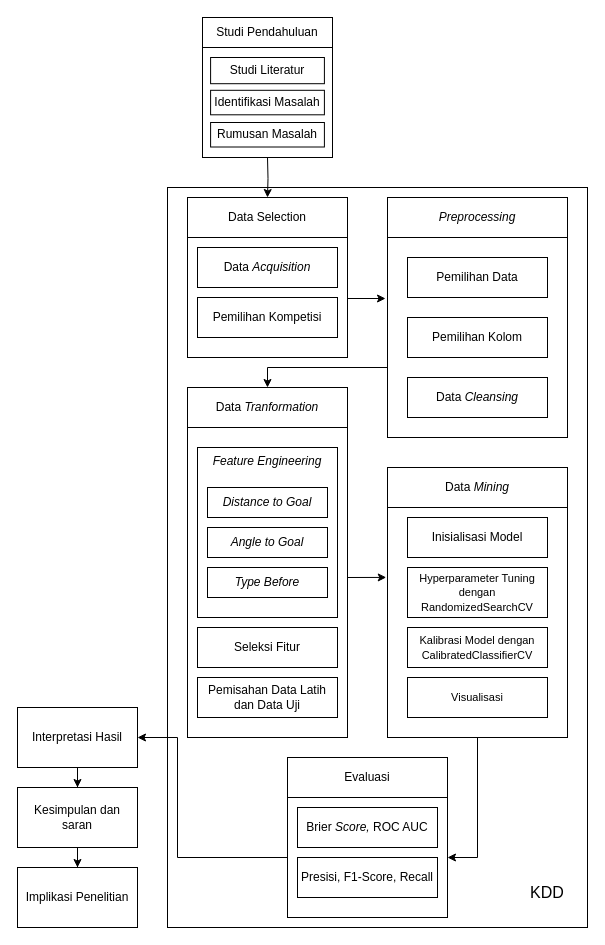
Above: diagrams/Tahapan Penelitian.drawio in fadhilra101/skripsi (draw.io), before the change. Source tidied: cells renumbered, new cells numbered last; positions are measured from the earlier drawing's top-left corner, leaving out a move shared by most shapes. Both pictures are drawn from the tidied source at 100%, with x=0, y=0 at pixel (17, 17).
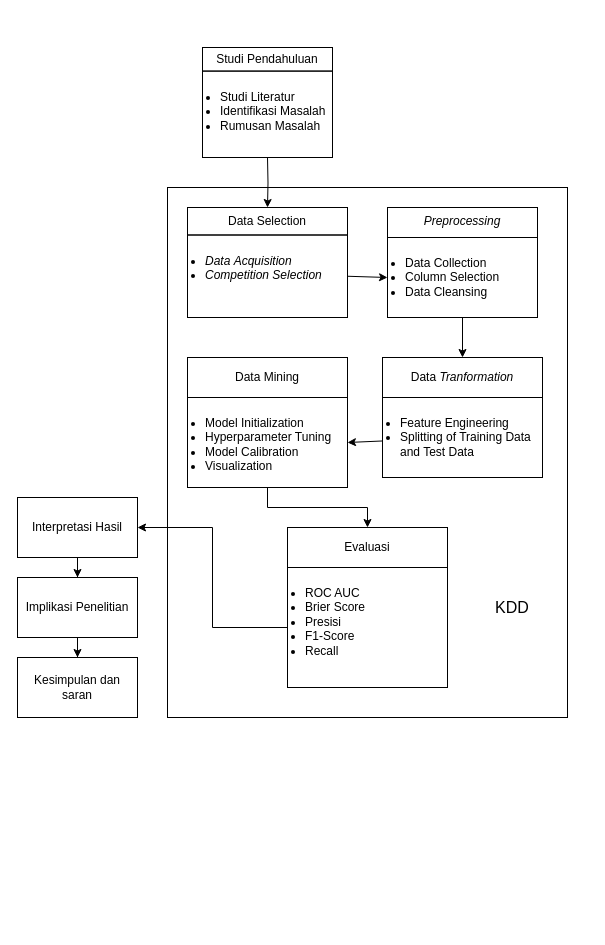
The same diagram, later.

What changed in the source:
```diff
@@
     <mxCell id="2" style="rounded=0;whiteSpace=wrap;html=1;fillColor=none;" parent="1" vertex="1">
-      <mxGeometry x="150" y="170" width="420" height="740" as="geometry" />
+      <mxGeometry x="150" y="170" width="400" height="530" as="geometry" />
     </mxCell>
-    <mxCell id="3" style="rounded=0;whiteSpace=wrap;html=1;fillColor=none;" parent="1" vertex="1">
-      <mxGeometry x="170" y="410" width="160" height="310" as="geometry" />
-    </mxCell>
@@
-    <mxCell id="5" value="Data&amp;nbsp;&lt;i&gt;Tranformation&lt;/i&gt;" style="rounded=0;whiteSpace=wrap;html=1;fillColor=none;" parent="1" vertex="1">
-      <mxGeometry x="170" y="370" width="160" height="40" as="geometry" />
-    </mxCell>
-    <mxCell id="6" value="&lt;i&gt;Feature Engineering&lt;/i&gt;" style="rounded=0;whiteSpace=wrap;html=1;fillColor=none;labelPosition=center;verticalLabelPosition=middle;align=center;verticalAlign=top;" parent="1" vertex="1">
-      <mxGeometry x="180" y="430" width="140" height="170" as="geometry" />
-    </mxCell>
-    <mxCell id="7" value="Seleksi Fitur" style="rounded=0;whiteSpace=wrap;html=1;fillColor=none;" parent="1" vertex="1">
-      <mxGeometry x="180" y="610" width="140" height="40" as="geometry" />
-    </mxCell>
-    <mxCell id="8" value="Pemisahan Data Latih dan Data Uji" style="rounded=0;whiteSpace=wrap;html=1;fillColor=none;" parent="1" vertex="1">
-      <mxGeometry x="180" y="660" width="140" height="40" as="geometry" />
-    </mxCell>
-    <mxCell id="9" style="edgeStyle=orthogonalEdgeStyle;rounded=0;jettySize=auto;html=1;exitX=0;exitY=0.5;exitDx=0;exitDy=0;entryX=0.5;entryY=0;entryDx=0;entryDy=0;" parent="1" edge="1" source="32" target="5">
-      <mxGeometry relative="1" as="geometry">
-        <Array as="points">
-          <mxPoint x="370" y="350" />
-          <mxPoint x="250" y="350" />
-        </Array>
-      </mxGeometry>
-    </mxCell>
-    <mxCell id="10" value="Data &lt;i&gt;Mining&lt;/i&gt;" style="rounded=0;whiteSpace=wrap;html=1;fillColor=none;" parent="1" vertex="1">
-      <mxGeometry x="370" y="450" width="180" height="40" as="geometry" />
-    </mxCell>
-    <mxCell id="11" style="rounded=0;whiteSpace=wrap;html=1;fillColor=none;" parent="1" vertex="1">
-      <mxGeometry x="370" y="490" width="180" height="230" as="geometry" />
-    </mxCell>
-    <mxCell id="12" value="Inisialisasi Model" style="rounded=0;whiteSpace=wrap;html=1;fillColor=none;" parent="1" vertex="1">
-      <mxGeometry x="390" y="500" width="140" height="40" as="geometry" />
-    </mxCell>
-    <mxCell id="13" value="&lt;font style=&quot;font-size: 11px;&quot;&gt;Hyperparameter Tuning dengan RandomizedSearchCV&lt;/font&gt;" style="rounded=0;whiteSpace=wrap;html=1;fillColor=none;" parent="1" vertex="1">
-      <mxGeometry x="390" y="550" width="140" height="50" as="geometry" />
-    </mxCell>
-    <mxCell id="14" value="&lt;font style=&quot;font-size: 11px;&quot;&gt;Kalibrasi Model dengan CalibratedClassifierCV&lt;/font&gt;" style="rounded=0;whiteSpace=wrap;html=1;fillColor=none;" parent="1" vertex="1">
-      <mxGeometry x="390" y="610" width="140" height="40" as="geometry" />
-    </mxCell>
-    <mxCell id="15" value="&lt;font style=&quot;font-size: 11px;&quot;&gt;Visualisasi&lt;/font&gt;" style="rounded=0;whiteSpace=wrap;html=1;fillColor=none;" parent="1" vertex="1">
-      <mxGeometry x="390" y="660" width="140" height="40" as="geometry" />
-    </mxCell>
     <mxCell id="16" value="Evaluasi" style="rounded=0;whiteSpace=wrap;html=1;fillColor=none;" parent="1" vertex="1">
-      <mxGeometry x="270" y="740" width="160" height="40" as="geometry" />
+      <mxGeometry x="270" y="510" width="160" height="40" as="geometry" />
     </mxCell>
-    <mxCell id="17" style="edgeStyle=orthogonalEdgeStyle;rounded=0;jettySize=auto;html=1;exitX=0;exitY=0.5;exitDx=0;exitDy=0;entryX=1;entryY=0.5;entryDx=0;entryDy=0;" parent="1" edge="1" source="18" target="28">
-      <mxGeometry relative="1" as="geometry">
-        <Array as="points">
-          <mxPoint x="160" y="840" />
-          <mxPoint x="160" y="720" />
-        </Array>
-      </mxGeometry>
+    <mxCell id="17" style="edgeStyle=orthogonalEdgeStyle;rounded=0;jettySize=auto;html=1;entryX=1;entryY=0.5;entryDx=0;entryDy=0;" parent="1" edge="1" source="18" target="28">
+      <mxGeometry relative="1" as="geometry" />
     </mxCell>
-    <mxCell id="18" style="rounded=0;whiteSpace=wrap;html=1;fillColor=none;" parent="1" vertex="1">
-      <mxGeometry x="270" y="780" width="160" height="120" as="geometry" />
+    <mxCell id="18" value="&lt;ul style=&quot;padding-left: 16px;&quot;&gt;&lt;li&gt;ROC AUC&lt;/li&gt;&lt;li&gt;Brier Score&lt;/li&gt;&lt;li&gt;&lt;span style=&quot;text-align: center;&quot;&gt;Presisi&lt;/span&gt;&lt;/li&gt;&lt;li&gt;&lt;span style=&quot;text-align: center;&quot;&gt;F1-Score&lt;/span&gt;&lt;/li&gt;&lt;li&gt;&lt;span style=&quot;text-align: center;&quot;&gt;Recall&lt;/span&gt;&lt;/li&gt;&lt;/ul&gt;" style="rounded=0;whiteSpace=wrap;html=1;fillColor=none;align=left;verticalAlign=top;" parent="1" vertex="1">
+      <mxGeometry x="270" y="550" width="160" height="120" as="geometry" />
     </mxCell>
-    <mxCell id="19" value="Presisi, F1-Score, Recall" style="rounded=0;whiteSpace=wrap;html=1;fillColor=none;" parent="1" vertex="1">
-      <mxGeometry x="280" y="840" width="140" height="40" as="geometry" />
-    </mxCell>
-    <mxCell id="20" value="Brier &lt;i&gt;Score,&amp;nbsp;&lt;/i&gt;ROC AUC" style="rounded=0;whiteSpace=wrap;html=1;fillColor=none;" parent="1" vertex="1">
-      <mxGeometry x="280" y="790" width="140" height="40" as="geometry" />
-    </mxCell>
-    <mxCell id="21" style="edgeStyle=orthogonalEdgeStyle;rounded=0;jettySize=auto;html=1;exitX=0.5;exitY=1;exitDx=0;exitDy=0;entryX=1;entryY=0.5;entryDx=0;entryDy=0;" parent="1" edge="1" source="11" target="18">
-      <mxGeometry relative="1" as="geometry">
-        <Array as="points">
-          <mxPoint x="460" y="840" />
-        </Array>
-      </mxGeometry>
-    </mxCell>
-    <mxCell id="22" style="group;" parent="1" vertex="1">
-      <mxGeometry x="170" y="180" width="160" height="160" as="geometry" />
+    <mxCell id="22" style="group;verticalAlign=top;" parent="1" vertex="1">
+      <mxGeometry x="170" y="190" width="160" height="110" as="geometry" />
     </mxCell>
     <mxCell id="23" value="Data Selection" style="rounded=0;whiteSpace=wrap;html=1;fillColor=none;" parent="22" vertex="1">
-      <mxGeometry width="160" height="40" as="geometry" />
+      <mxGeometry width="160" height="27.5" as="geometry" />
     </mxCell>
-    <mxCell id="24" style="rounded=0;whiteSpace=wrap;html=1;fillColor=none;" parent="22" vertex="1">
-      <mxGeometry y="40" width="160" height="120" as="geometry" />
+    <mxCell id="24" value="&lt;ul style=&quot;padding-left: 16px;&quot;&gt;&lt;li&gt;&lt;i style=&quot;background-color: transparent; color: light-dark(rgb(0, 0, 0), rgb(255, 255, 255));&quot;&gt;Data&amp;nbsp;Acquisition&lt;/i&gt;&lt;/li&gt;&lt;li&gt;&lt;i style=&quot;background-color: transparent; color: light-dark(rgb(0, 0, 0), rgb(255, 255, 255));&quot;&gt;Competition Selection&lt;/i&gt;&lt;/li&gt;&lt;/ul&gt;" style="rounded=0;whiteSpace=wrap;html=1;fillColor=none;align=left;verticalAlign=top;" parent="22" vertex="1">
+      <mxGeometry y="27.5" width="160" height="82.5" as="geometry" />
     </mxCell>
-    <mxCell id="25" value="Data&amp;nbsp;&lt;i&gt;Acquisition&lt;/i&gt;" style="rounded=0;whiteSpace=wrap;html=1;fillColor=none;" parent="22" vertex="1">
-      <mxGeometry x="10" y="50" width="140" height="40" as="geometry" />
-    </mxCell>
-    <mxCell id="26" value="Pemilihan Kompetisi" style="rounded=0;whiteSpace=wrap;html=1;fillColor=none;" parent="22" vertex="1">
-      <mxGeometry x="10" y="100" width="140" height="40" as="geometry" />
-    </mxCell>
@@
     <mxCell id="28" value="Interpretasi Hasil" style="rounded=0;whiteSpace=wrap;html=1;fillColor=none;" parent="1" vertex="1">
-      <mxGeometry y="690" width="120" height="60" as="geometry" />
+      <mxGeometry y="480" width="120" height="60" as="geometry" />
     </mxCell>
@@
-    <mxCell id="30" value="Kesimpulan dan saran" style="rounded=0;whiteSpace=wrap;html=1;fillColor=none;" parent="1" vertex="1">
-      <mxGeometry y="770" width="120" height="60" as="geometry" />
+    <mxCell id="30" value="Implikasi Penelitian" style="rounded=0;whiteSpace=wrap;html=1;fillColor=none;" parent="1" vertex="1">
+      <mxGeometry y="560" width="120" height="60" as="geometry" />
     </mxCell>
-    <mxCell id="31" value="&lt;i&gt;Preprocessing&lt;/i&gt;" style="rounded=0;whiteSpace=wrap;html=1;fillColor=none;" parent="1" vertex="1">
-      <mxGeometry x="370" y="180" width="180" height="40" as="geometry" />
-    </mxCell>
-    <mxCell id="32" style="rounded=0;whiteSpace=wrap;html=1;fillColor=none;" parent="1" vertex="1">
-      <mxGeometry x="370" y="220" width="180" height="200" as="geometry" />
-    </mxCell>
-    <mxCell id="33" value="Pemilihan Data" style="rounded=0;whiteSpace=wrap;html=1;fillColor=none;" parent="1" vertex="1">
-      <mxGeometry x="390" y="240" width="140" height="40" as="geometry" />
-    </mxCell>
-    <mxCell id="34" value="Pemilihan Kolom" style="rounded=0;whiteSpace=wrap;html=1;fillColor=none;" parent="1" vertex="1">
-      <mxGeometry x="390" y="300" width="140" height="40" as="geometry" />
-    </mxCell>
-    <mxCell id="35" value="Data&amp;nbsp;&lt;i&gt;Cleansing&lt;/i&gt;" style="rounded=0;whiteSpace=wrap;html=1;fillColor=none;" parent="1" vertex="1">
-      <mxGeometry x="390" y="360" width="140" height="40" as="geometry" />
-    </mxCell>
-    <mxCell id="36" value="&lt;i&gt;Distance to Goal&lt;/i&gt;" style="rounded=0;whiteSpace=wrap;html=1;fillColor=none;" parent="1" vertex="1">
-      <mxGeometry x="190" y="470" width="120" height="30" as="geometry" />
-    </mxCell>
-    <mxCell id="37" value="&lt;i&gt;Angle to Goal&lt;/i&gt;" style="rounded=0;whiteSpace=wrap;html=1;fillColor=none;" parent="1" vertex="1">
-      <mxGeometry x="190" y="510" width="120" height="30" as="geometry" />
-    </mxCell>
-    <mxCell id="38" value="&lt;i&gt;Type Before&lt;/i&gt;" style="rounded=0;whiteSpace=wrap;html=1;fillColor=none;" parent="1" vertex="1">
-      <mxGeometry x="190" y="550" width="120" height="30" as="geometry" />
-    </mxCell>
-    <mxCell id="39" style="edgeStyle=orthogonalEdgeStyle;rounded=0;jettySize=auto;html=1;exitX=1;exitY=0.5;exitDx=0;exitDy=0;entryX=-0.011;entryY=0.305;entryDx=0;entryDy=0;entryPerimeter=0;" parent="1" edge="1" source="24" target="32">
-      <mxGeometry relative="1" as="geometry">
-        <Array as="points">
-          <mxPoint x="330" y="281" />
-        </Array>
-      </mxGeometry>
-    </mxCell>
-    <mxCell id="40" style="rounded=0;jettySize=auto;html=1;entryX=-0.007;entryY=0.304;entryDx=0;entryDy=0;entryPerimeter=0;" parent="1" edge="1" target="11">
-      <mxGeometry relative="1" as="geometry">
-        <mxPoint x="330" y="560" as="sourcePoint" />
-      </mxGeometry>
-    </mxCell>
     <mxCell id="41" style="group;" parent="1" vertex="1">
-      <mxGeometry x="185" width="130" height="140" as="geometry" />
+      <mxGeometry x="185" y="30" width="130" height="110" as="geometry" />
     </mxCell>
     <mxCell id="42" value="Studi Pendahuluan" style="rounded=0;whiteSpace=wrap;html=1;fillColor=none;" parent="41" vertex="1">
-      <mxGeometry width="130" height="30" as="geometry" />
+      <mxGeometry width="130" height="23.6" as="geometry" />
     </mxCell>
-    <mxCell id="43" style="rounded=0;whiteSpace=wrap;html=1;fillColor=none;" parent="41" vertex="1">
-      <mxGeometry y="30" width="130" height="110" as="geometry" />
+    <mxCell id="43" value="&lt;ul style=&quot;padding-left: 16px;&quot;&gt;&lt;li&gt;&lt;span style=&quot;background-color: transparent; color: light-dark(rgb(0, 0, 0), rgb(255, 255, 255));&quot;&gt;Studi Literatur&lt;/span&gt;&lt;/li&gt;&lt;li&gt;&lt;span style=&quot;background-color: transparent; color: light-dark(rgb(0, 0, 0), rgb(255, 255, 255));&quot;&gt;Identifikasi Masalah&lt;/span&gt;&lt;/li&gt;&lt;li&gt;&lt;span style=&quot;background-color: transparent; color: light-dark(rgb(0, 0, 0), rgb(255, 255, 255));&quot;&gt;&lt;span style=&quot;text-align: center;&quot;&gt;Rumusan Masalah&lt;/span&gt;&lt;/span&gt;&lt;/li&gt;&lt;/ul&gt;" style="rounded=0;whiteSpace=wrap;html=1;fillColor=none;align=left;verticalAlign=top;" parent="41" vertex="1">
+      <mxGeometry y="23.6" width="130" height="86.4" as="geometry" />
     </mxCell>
-    <mxCell id="44" value="Studi Literatur" style="rounded=0;whiteSpace=wrap;html=1;fillColor=none;" parent="41" vertex="1">
-      <mxGeometry x="8.1" y="40" width="113.8" height="26.2" as="geometry" />
-    </mxCell>
-    <mxCell id="45" value="&lt;div&gt;Identifikasi Masalah&lt;/div&gt;" style="rounded=0;whiteSpace=wrap;html=1;fillColor=none;" parent="41" vertex="1">
-      <mxGeometry x="8.1" y="72.8" width="113.8" height="24.5" as="geometry" />
-    </mxCell>
-    <mxCell id="46" value="Rumusan Masalah" style="rounded=0;whiteSpace=wrap;html=1;fillColor=none;" parent="41" vertex="1">
-      <mxGeometry x="8.1" y="105" width="113.8" height="24.5" as="geometry" />
-    </mxCell>
-    <mxCell id="47" value="Implikasi Penelitian" style="rounded=0;whiteSpace=wrap;html=1;fillColor=none;" parent="1" vertex="1">
-      <mxGeometry y="850" width="120" height="60" as="geometry" />
+    <mxCell id="47" value="Kesimpulan dan saran" style="rounded=0;whiteSpace=wrap;html=1;fillColor=none;" parent="1" vertex="1">
+      <mxGeometry y="640" width="120" height="60" as="geometry" />
     </mxCell>
     <mxCell id="48" value="KDD" style="text;html=1;align=center;verticalAlign=middle;whiteSpace=wrap;rounded=0;fontSize=16;" parent="1" vertex="1">
-      <mxGeometry x="500" y="860" width="60" height="30" as="geometry" />
+      <mxGeometry x="465" y="575" width="60" height="30" as="geometry" />
     </mxCell>
+    <mxCell id="31" value="&lt;i&gt;Preprocessing&lt;/i&gt;" style="rounded=0;whiteSpace=wrap;html=1;fillColor=none;verticalAlign=top;" parent="1" vertex="1">
+      <mxGeometry x="370" y="190" width="150" height="30" as="geometry" />
+    </mxCell>
+    <mxCell id="9" style="edgeStyle=orthogonalEdgeStyle;rounded=0;jettySize=auto;html=1;entryX=0.5;entryY=0;entryDx=0;entryDy=0;" parent="1" edge="1" source="32" target="5">
+      <mxGeometry relative="1" as="geometry" />
+    </mxCell>
+    <mxCell id="32" value="&lt;ul style=&quot;padding-left: 16px;&quot;&gt;&lt;li&gt;Data Collection&lt;/li&gt;&lt;li&gt;Column Selection&lt;/li&gt;&lt;li&gt;Data&amp;nbsp;Cleansing&lt;/li&gt;&lt;/ul&gt;" style="rounded=0;fillColor=none;align=left;verticalAlign=top;html=1;" parent="1" vertex="1">
+      <mxGeometry x="370" y="220" width="150" height="80" as="geometry" />
+    </mxCell>
+    <mxCell id="49" style="rounded=0;jettySize=auto;html=1;entryX=1;entryY=0.5;entryDx=0;entryDy=0;" parent="1" edge="1" source="3" target="51">
+      <mxGeometry relative="1" as="geometry" />
+    </mxCell>
+    <mxCell id="3" value="&lt;ul style=&quot;padding-left: 16px;&quot;&gt;&lt;li&gt;Feature Engineering&lt;/li&gt;&lt;li&gt;Splitting of Training Data and Test Data&lt;/li&gt;&lt;/ul&gt;" style="rounded=0;whiteSpace=wrap;html=1;fillColor=none;verticalAlign=top;align=left;" parent="1" vertex="1">
+      <mxGeometry x="365" y="380" width="160" height="80" as="geometry" />
+    </mxCell>
+    <mxCell id="5" value="Data&amp;nbsp;&lt;i&gt;Tranformation&lt;/i&gt;" style="rounded=0;whiteSpace=wrap;html=1;fillColor=none;" parent="1" vertex="1">
+      <mxGeometry x="365" y="340" width="160" height="40" as="geometry" />
+    </mxCell>
+    <mxCell id="50" style="edgeStyle=orthogonalEdgeStyle;rounded=0;jettySize=auto;html=1;entryX=0.5;entryY=0;entryDx=0;entryDy=0;" parent="1" edge="1" source="51" target="16">
+      <mxGeometry relative="1" as="geometry" />
+    </mxCell>
+    <mxCell id="51" value="&lt;ul style=&quot;padding-left: 16px;&quot;&gt;&lt;li&gt;Model Initialization&lt;/li&gt;&lt;li&gt;Hyperparameter Tuning&lt;/li&gt;&lt;li&gt;Model Calibration&lt;/li&gt;&lt;li&gt;Visualization&lt;/li&gt;&lt;/ul&gt;" style="rounded=0;whiteSpace=wrap;html=1;fillColor=none;verticalAlign=top;align=left;" parent="1" vertex="1">
+      <mxGeometry x="170" y="380" width="160" height="90" as="geometry" />
+    </mxCell>
+    <mxCell id="10" value="Data Mining" style="rounded=0;whiteSpace=wrap;html=1;fillColor=none;" parent="1" vertex="1">
+      <mxGeometry x="170" y="340" width="160" height="40" as="geometry" />
+    </mxCell>
+    <mxCell id="39" style="endArrow=classic;html=1;rounded=0;entryX=0;entryY=0.5;entryDx=0;entryDy=0;exitX=1;exitY=0.5;exitDx=0;exitDy=0;" parent="1" edge="1" source="24" target="32">
+      <mxGeometry relative="1" as="geometry" />
+    </mxCell>
```
